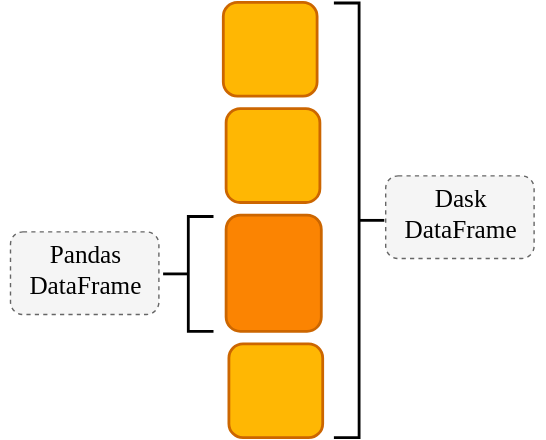
Before: img/ch-dask/dask-dataframe.svg, a diagram exported from draw.io (godaai/scale-py-zh). Source tidied: cells renumbered, new cells last; positions are measured from the earlier drawing's top-left corner, leaving out a move shared by most shapes.
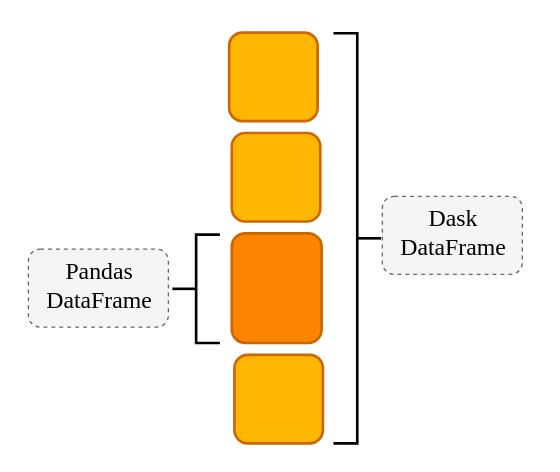
After the commit.

Diff of the diagram source:
```diff
@@ -2,6 +2,9 @@
   <root>
     <mxCell id="0" />
     <mxCell id="1" parent="0" />
+    <mxCell id="12" style="rounded=0;whiteSpace=wrap;html=1;strokeColor=none;fillColor=none;" parent="1" vertex="1">
+      <mxGeometry x="-14" y="-24" width="424" height="357" as="geometry" />
+    </mxCell>
     <mxCell id="2" style="whiteSpace=wrap;html=1;rounded=1;fillColor=#FFB703;strokeColor=#CC6600;strokeWidth=2;" parent="1" vertex="1">
       <mxGeometry x="159" width="67" height="67" as="geometry" />
     </mxCell>
```
